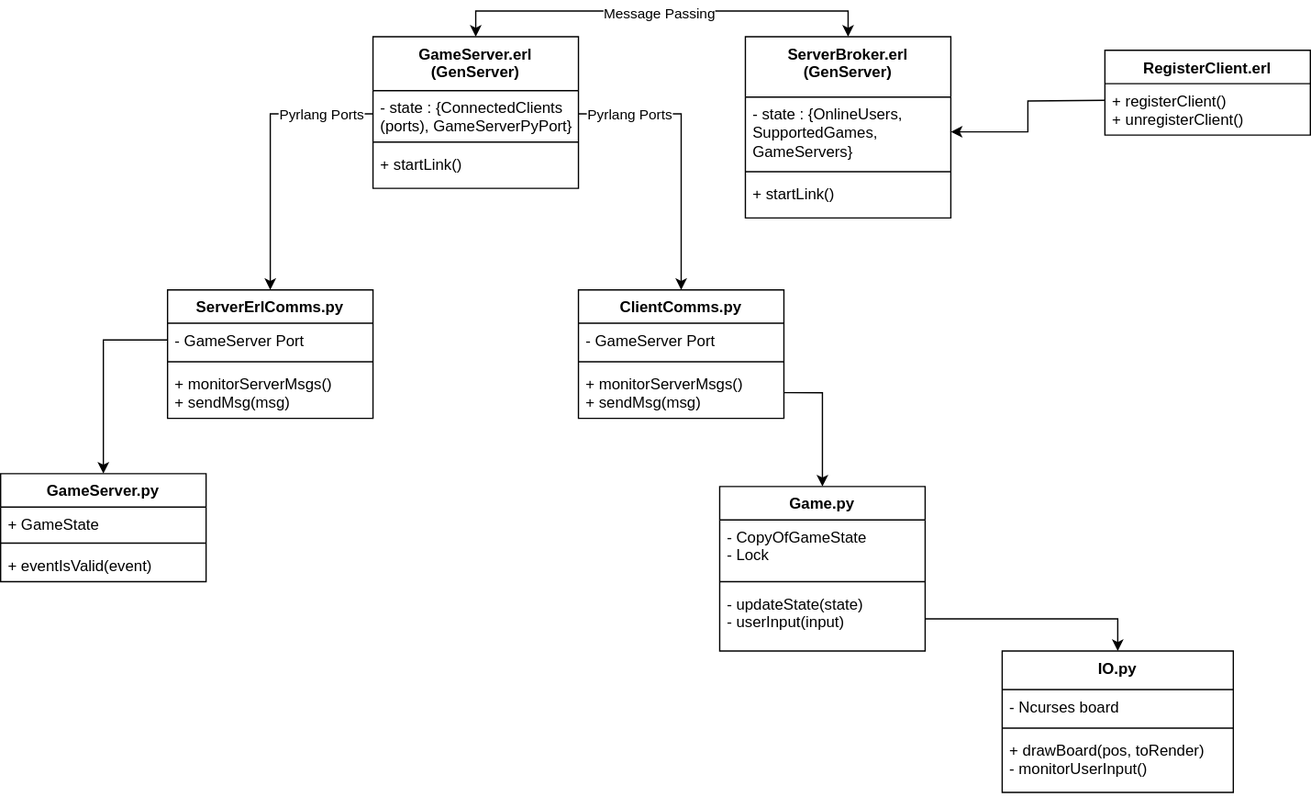
This is topology/ClassDiagrams.drawio.svg from cole-glotfelty/Halligame, a draw.io export, as it was before one commit. Source tidied: cells renumbered, new cells last; positions are measured from the earlier drawing's top-left corner, leaving out a move shared by most shapes.
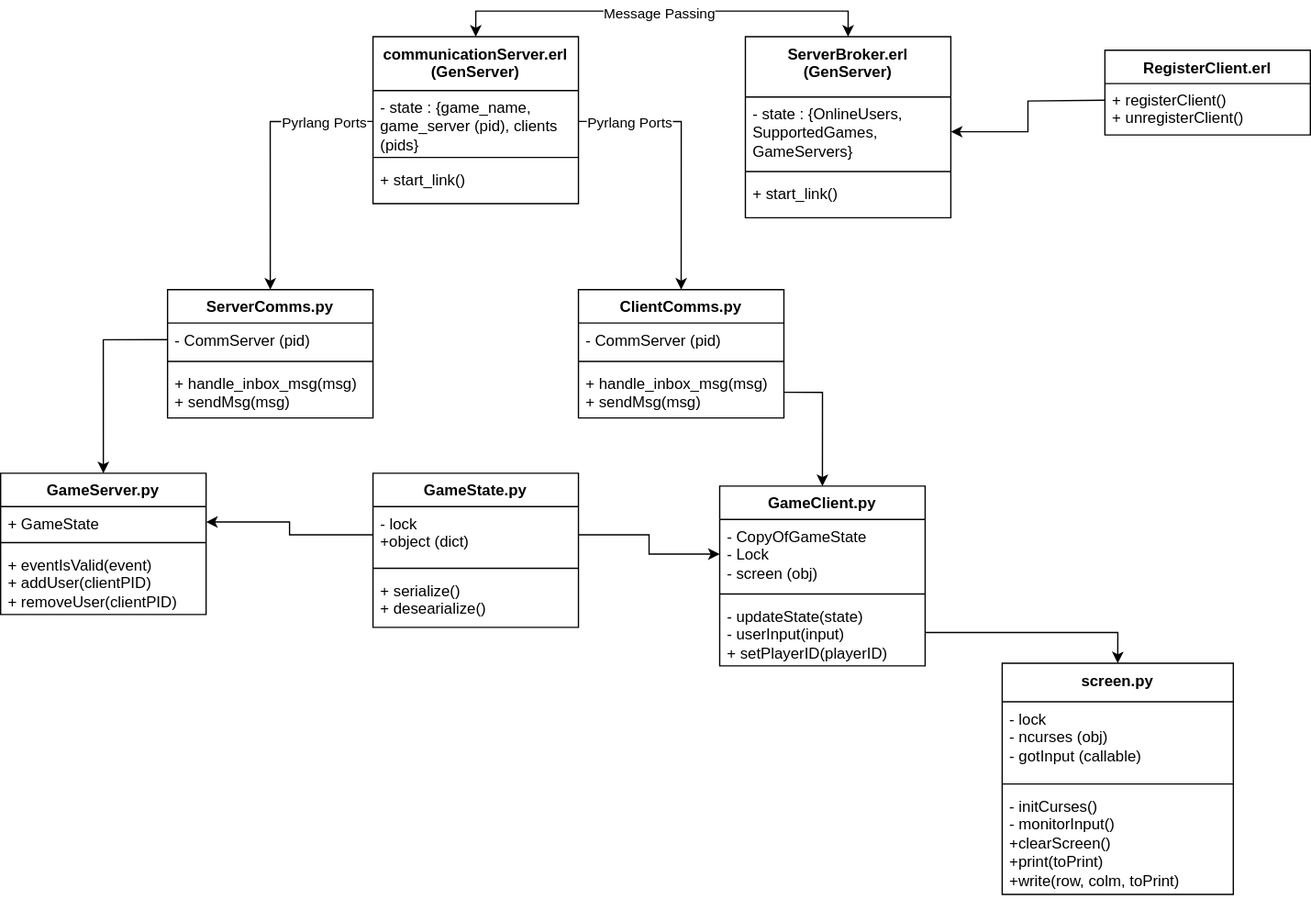
After the change.

Commit message:
topology diagrams updated

Change to the diagram source:
```diff
@@ -5,38 +5,38 @@
     <mxCell id="2" value="ClientComms.py" style="swimlane;fontStyle=1;align=center;verticalAlign=top;horizontal=1;startSize=26;whiteSpace=wrap;html=1;fillColor=none;" parent="1" vertex="1">
       <mxGeometry x="450" y="197" width="160" height="100" as="geometry" />
     </mxCell>
-    <mxCell id="3" value="- GameServer Port" style="text;strokeColor=none;fillColor=none;align=left;verticalAlign=top;spacingLeft=4;spacingRight=4;overflow=hidden;whiteSpace=wrap;html=1;" parent="2" vertex="1">
+    <mxCell id="3" value="- CommServer (pid)" style="text;strokeColor=none;fillColor=none;align=left;verticalAlign=top;spacingLeft=4;spacingRight=4;overflow=hidden;whiteSpace=wrap;html=1;" parent="2" vertex="1">
       <mxGeometry y="26" width="160" height="26" as="geometry" />
     </mxCell>
     <mxCell id="4" style="line;strokeWidth=1;fillColor=none;align=left;verticalAlign=middle;spacingTop=-1;spacingLeft=3;spacingRight=3;labelPosition=right;strokeColor=inherit;" parent="2" vertex="1">
       <mxGeometry y="52" width="160" height="8" as="geometry" />
     </mxCell>
-    <mxCell id="5" value="+ monitorServerMsgs()&lt;div&gt;+ sendMsg(msg)&lt;/div&gt;" style="text;strokeColor=none;fillColor=none;align=left;verticalAlign=top;spacingLeft=4;spacingRight=4;overflow=hidden;points=[[0,0.5],[1,0.5]];portConstraint=eastwest;whiteSpace=wrap;html=1;" parent="2" vertex="1">
+    <mxCell id="5" value="&lt;div&gt;&lt;div&gt;+ handle_inbox_msg(msg)&lt;/div&gt;+ sendMsg(msg)&lt;/div&gt;" style="text;strokeColor=none;fillColor=none;align=left;verticalAlign=top;spacingLeft=4;spacingRight=4;overflow=hidden;points=[[0,0.5],[1,0.5]];portConstraint=eastwest;whiteSpace=wrap;html=1;" parent="2" vertex="1">
       <mxGeometry y="60" width="160" height="40" as="geometry" />
     </mxCell>
-    <mxCell id="6" value="IO.py" style="swimlane;fontStyle=1;align=center;verticalAlign=top;horizontal=1;startSize=30;whiteSpace=wrap;html=1;fillColor=none;" parent="1" vertex="1">
-      <mxGeometry x="780" y="478" width="180" height="110" as="geometry" />
+    <mxCell id="6" value="screen.py" style="swimlane;fontStyle=1;align=center;verticalAlign=top;horizontal=1;startSize=30;whiteSpace=wrap;html=1;fillColor=none;" parent="1" vertex="1">
+      <mxGeometry x="780" y="488" width="180" height="180" as="geometry" />
     </mxCell>
-    <mxCell id="7" value="- Ncurses board" style="text;strokeColor=none;fillColor=none;align=left;verticalAlign=top;spacingLeft=4;spacingRight=4;overflow=hidden;whiteSpace=wrap;html=1;" parent="6" vertex="1">
-      <mxGeometry y="30" width="180" height="26" as="geometry" />
+    <mxCell id="7" value="- lock&lt;div&gt;- ncurses (obj)&lt;/div&gt;&lt;div&gt;- gotInput (callable)&lt;/div&gt;" style="text;strokeColor=none;fillColor=none;align=left;verticalAlign=top;spacingLeft=4;spacingRight=4;overflow=hidden;whiteSpace=wrap;html=1;" parent="6" vertex="1">
+      <mxGeometry y="30" width="180" height="60" as="geometry" />
     </mxCell>
     <mxCell id="8" style="line;strokeWidth=1;fillColor=none;align=left;verticalAlign=middle;spacingTop=-1;spacingLeft=3;spacingRight=3;labelPosition=right;strokeColor=inherit;" parent="6" vertex="1">
-      <mxGeometry y="56" width="180" height="8" as="geometry" />
+      <mxGeometry y="90" width="180" height="8" as="geometry" />
     </mxCell>
-    <mxCell id="9" value="+ drawBoard(pos, toRender)&lt;div&gt;- monitorUserInput()&lt;/div&gt;" style="text;strokeColor=none;fillColor=none;align=left;verticalAlign=top;spacingLeft=4;spacingRight=4;overflow=hidden;whiteSpace=wrap;html=1;" parent="6" vertex="1">
-      <mxGeometry y="64" width="180" height="46" as="geometry" />
+    <mxCell id="9" value="&lt;div&gt;- initCurses()&lt;/div&gt;&lt;div&gt;- monitorInput()&lt;/div&gt;&lt;div&gt;+clearScreen()&lt;/div&gt;&lt;div&gt;+print(toPrint)&lt;/div&gt;&lt;div&gt;+write(row, colm, toPrint)&lt;/div&gt;" style="text;strokeColor=none;fillColor=none;align=left;verticalAlign=top;spacingLeft=4;spacingRight=4;overflow=hidden;whiteSpace=wrap;html=1;" parent="6" vertex="1">
+      <mxGeometry y="98" width="180" height="82" as="geometry" />
     </mxCell>
-    <mxCell id="10" value="Game.py" style="swimlane;fontStyle=1;align=center;verticalAlign=top;horizontal=1;startSize=26;whiteSpace=wrap;html=1;fillColor=none;" parent="1" vertex="1">
-      <mxGeometry x="560" y="350" width="160" height="128" as="geometry" />
+    <mxCell id="10" value="GameClient.py" style="swimlane;fontStyle=1;align=center;verticalAlign=top;horizontal=1;startSize=26;whiteSpace=wrap;html=1;fillColor=none;" parent="1" vertex="1">
+      <mxGeometry x="560" y="350" width="160" height="140" as="geometry" />
     </mxCell>
-    <mxCell id="11" value="- CopyOfGameState&lt;div&gt;- Lock&lt;/div&gt;" style="text;strokeColor=none;fillColor=none;align=left;verticalAlign=top;spacingLeft=4;spacingRight=4;overflow=hidden;points=[[0,0.5],[1,0.5]];portConstraint=eastwest;whiteSpace=wrap;html=1;" parent="10" vertex="1">
-      <mxGeometry y="26" width="160" height="44" as="geometry" />
+    <mxCell id="11" value="- CopyOfGameState&lt;div&gt;- Lock&lt;/div&gt;&lt;div&gt;- screen (obj)&lt;/div&gt;" style="text;strokeColor=none;fillColor=none;align=left;verticalAlign=top;spacingLeft=4;spacingRight=4;overflow=hidden;points=[[0,0.5],[1,0.5]];portConstraint=eastwest;whiteSpace=wrap;html=1;" parent="10" vertex="1">
+      <mxGeometry y="26" width="160" height="54" as="geometry" />
     </mxCell>
     <mxCell id="12" style="line;strokeWidth=1;fillColor=none;align=left;verticalAlign=middle;spacingTop=-1;spacingLeft=3;spacingRight=3;labelPosition=right;strokeColor=inherit;" parent="10" vertex="1">
-      <mxGeometry y="70" width="160" height="8" as="geometry" />
+      <mxGeometry y="80" width="160" height="8" as="geometry" />
     </mxCell>
-    <mxCell id="13" value="- updateState(state)&lt;div&gt;- userInput(input)&lt;/div&gt;" style="text;strokeColor=none;fillColor=none;align=left;verticalAlign=top;spacingLeft=4;spacingRight=4;overflow=hidden;points=[[0,0.5],[1,0.5]];portConstraint=eastwest;whiteSpace=wrap;html=1;" parent="10" vertex="1">
-      <mxGeometry y="78" width="160" height="50" as="geometry" />
+    <mxCell id="13" value="- updateState(state)&lt;div&gt;- userInput(input)&lt;/div&gt;&lt;div&gt;+ setPlayerID(playerID)&lt;/div&gt;" style="text;strokeColor=none;fillColor=none;align=left;verticalAlign=top;spacingLeft=4;spacingRight=4;overflow=hidden;points=[[0,0.5],[1,0.5]];portConstraint=eastwest;whiteSpace=wrap;html=1;" parent="10" vertex="1">
+      <mxGeometry y="88" width="160" height="52" as="geometry" />
     </mxCell>
     <mxCell id="14" style="edgeStyle=orthogonalEdgeStyle;rounded=0;jettySize=auto;html=1;exitX=0.5;exitY=0;exitDx=0;exitDy=0;entryX=0.5;entryY=0;entryDx=0;entryDy=0;startArrow=classic;startFill=1;" parent="1" edge="1" source="16" target="26">
       <mxGeometry relative="1" as="geometry" />
@@ -44,20 +44,20 @@
     <mxCell id="15" value="Message Passing" style="edgeLabel;html=1;align=center;verticalAlign=middle;" parent="14" vertex="1">
       <mxGeometry x="-0.01" y="-1" relative="1" as="geometry" />
     </mxCell>
-    <mxCell id="16" value="GameServer.erl&lt;div&gt;(GenServer)&lt;/div&gt;" style="swimlane;fontStyle=1;align=center;verticalAlign=top;horizontal=1;startSize=42;whiteSpace=wrap;html=1;fillColor=none;" parent="1" vertex="1">
-      <mxGeometry x="290" width="160" height="118" as="geometry" />
+    <mxCell id="16" value="communicationServer.erl&lt;div&gt;(GenServer)&lt;/div&gt;" style="swimlane;fontStyle=1;align=center;verticalAlign=top;horizontal=1;startSize=42;whiteSpace=wrap;html=1;fillColor=none;" parent="1" vertex="1">
+      <mxGeometry x="290" width="160" height="130" as="geometry" />
     </mxCell>
-    <mxCell id="17" value="- state : {ConnectedClients (ports), GameServerPyPort}" style="text;strokeColor=none;fillColor=none;align=left;verticalAlign=top;spacingLeft=4;spacingRight=4;overflow=hidden;points=[[0,0.5],[1,0.5]];portConstraint=eastwest;whiteSpace=wrap;html=1;" parent="16" vertex="1">
-      <mxGeometry y="42" width="160" height="36" as="geometry" />
+    <mxCell id="17" value="- state : {game_name, game_server (pid), clients (pids}" style="text;strokeColor=none;fillColor=none;align=left;verticalAlign=top;spacingLeft=4;spacingRight=4;overflow=hidden;points=[[0,0.5],[1,0.5]];portConstraint=eastwest;whiteSpace=wrap;html=1;" parent="16" vertex="1">
+      <mxGeometry y="42" width="160" height="48" as="geometry" />
     </mxCell>
     <mxCell id="18" style="line;strokeWidth=1;fillColor=none;align=left;verticalAlign=middle;spacingTop=-1;spacingLeft=3;spacingRight=3;labelPosition=right;strokeColor=inherit;" parent="16" vertex="1">
-      <mxGeometry y="78" width="160" height="8" as="geometry" />
+      <mxGeometry y="90" width="160" height="8" as="geometry" />
     </mxCell>
-    <mxCell id="19" value="+ startLink()" style="text;strokeColor=none;fillColor=none;align=left;verticalAlign=top;spacingLeft=4;spacingRight=4;overflow=hidden;whiteSpace=wrap;html=1;" parent="16" vertex="1">
-      <mxGeometry y="86" width="160" height="32" as="geometry" />
+    <mxCell id="19" value="+ start_link()" style="text;strokeColor=none;fillColor=none;align=left;verticalAlign=top;spacingLeft=4;spacingRight=4;overflow=hidden;whiteSpace=wrap;html=1;" parent="16" vertex="1">
+      <mxGeometry y="98" width="160" height="32" as="geometry" />
     </mxCell>
     <mxCell id="20" value="GameServer.py" style="swimlane;fontStyle=1;align=center;verticalAlign=top;horizontal=1;startSize=26;whiteSpace=wrap;html=1;fillColor=none;" parent="1" vertex="1">
-      <mxGeometry y="340" width="160" height="84" as="geometry" />
+      <mxGeometry y="340" width="160" height="110" as="geometry" />
     </mxCell>
     <mxCell id="21" value="+ GameState" style="text;strokeColor=none;fillColor=none;align=left;verticalAlign=top;spacingLeft=4;spacingRight=4;overflow=hidden;points=[[0,0.5],[1,0.5]];portConstraint=eastwest;whiteSpace=wrap;html=1;" parent="20" vertex="1">
       <mxGeometry y="26" width="160" height="24" as="geometry" />
@@ -65,8 +65,8 @@
     <mxCell id="22" style="line;strokeWidth=1;fillColor=none;align=left;verticalAlign=middle;spacingTop=-1;spacingLeft=3;spacingRight=3;labelPosition=right;strokeColor=inherit;" parent="20" vertex="1">
       <mxGeometry y="50" width="160" height="8" as="geometry" />
     </mxCell>
-    <mxCell id="23" value="+ eventIsValid(event)" style="text;strokeColor=none;fillColor=none;align=left;verticalAlign=top;spacingLeft=4;spacingRight=4;overflow=hidden;whiteSpace=wrap;html=1;" parent="20" vertex="1">
-      <mxGeometry y="58" width="160" height="26" as="geometry" />
+    <mxCell id="23" value="+ eventIsValid(event)&lt;div&gt;+ addUser(clientPID)&lt;/div&gt;&lt;div&gt;+ removeUser(clientPID)&lt;/div&gt;" style="text;strokeColor=none;fillColor=none;align=left;verticalAlign=top;spacingLeft=4;spacingRight=4;overflow=hidden;whiteSpace=wrap;html=1;" parent="20" vertex="1">
+      <mxGeometry y="58" width="160" height="52" as="geometry" />
     </mxCell>
     <mxCell id="24" value="RegisterClient.erl" style="swimlane;fontStyle=1;align=center;verticalAlign=top;horizontal=1;startSize=26;whiteSpace=wrap;html=1;fillColor=none;" parent="1" vertex="1">
       <mxGeometry x="860" y="10.5" width="160" height="66" as="geometry" />
@@ -83,7 +83,7 @@
     <mxCell id="28" style="line;strokeWidth=1;fillColor=none;align=left;verticalAlign=middle;spacingTop=-1;spacingLeft=3;spacingRight=3;labelPosition=right;strokeColor=inherit;" parent="26" vertex="1">
       <mxGeometry y="101" width="160" height="8" as="geometry" />
     </mxCell>
-    <mxCell id="29" value="+ startLink()" style="text;strokeColor=none;fillColor=none;align=left;verticalAlign=top;spacingLeft=4;spacingRight=4;overflow=hidden;whiteSpace=wrap;html=1;rounded=0;" parent="26" vertex="1">
+    <mxCell id="29" value="+ start_link()" style="text;strokeColor=none;fillColor=none;align=left;verticalAlign=top;spacingLeft=4;spacingRight=4;overflow=hidden;whiteSpace=wrap;html=1;rounded=0;" parent="26" vertex="1">
       <mxGeometry y="109" width="160" height="32" as="geometry" />
     </mxCell>
     <mxCell id="30" style="edgeStyle=orthogonalEdgeStyle;rounded=0;jettySize=auto;html=1;exitX=0;exitY=0.5;exitDx=0;exitDy=0;entryX=1;entryY=0.5;entryDx=0;entryDy=0;" parent="1" edge="1" target="27">
@@ -91,16 +91,16 @@
         <mxPoint x="860" y="49.5" as="sourcePoint" />
       </mxGeometry>
     </mxCell>
-    <mxCell id="31" value="ServerErlComms.py" style="swimlane;fontStyle=1;align=center;verticalAlign=top;horizontal=1;startSize=26;whiteSpace=wrap;html=1;fillColor=none;" parent="1" vertex="1">
+    <mxCell id="31" value="ServerComms.py" style="swimlane;fontStyle=1;align=center;verticalAlign=top;horizontal=1;startSize=26;whiteSpace=wrap;html=1;fillColor=none;" parent="1" vertex="1">
       <mxGeometry x="130" y="197" width="160" height="100" as="geometry" />
     </mxCell>
-    <mxCell id="32" value="- GameServer Port" style="text;strokeColor=none;fillColor=none;align=left;verticalAlign=top;spacingLeft=4;spacingRight=4;overflow=hidden;points=[[0,0.5],[1,0.5]];portConstraint=eastwest;whiteSpace=wrap;html=1;" parent="31" vertex="1">
+    <mxCell id="32" value="- CommServer (pid)" style="text;strokeColor=none;fillColor=none;align=left;verticalAlign=top;spacingLeft=4;spacingRight=4;overflow=hidden;points=[[0,0.5],[1,0.5]];portConstraint=eastwest;whiteSpace=wrap;html=1;" parent="31" vertex="1">
       <mxGeometry y="26" width="160" height="26" as="geometry" />
     </mxCell>
     <mxCell id="33" style="line;strokeWidth=1;fillColor=none;align=left;verticalAlign=middle;spacingTop=-1;spacingLeft=3;spacingRight=3;labelPosition=right;strokeColor=inherit;" parent="31" vertex="1">
       <mxGeometry y="52" width="160" height="8" as="geometry" />
     </mxCell>
-    <mxCell id="34" value="+ monitorServerMsgs()&lt;div&gt;+ sendMsg(msg)&lt;/div&gt;" style="text;strokeColor=none;fillColor=none;align=left;verticalAlign=top;spacingLeft=4;spacingRight=4;overflow=hidden;whiteSpace=wrap;html=1;" parent="31" vertex="1">
+    <mxCell id="34" value="&lt;div&gt;+ handle_inbox_msg(msg)&lt;/div&gt;&lt;div&gt;+ sendMsg(msg)&lt;/div&gt;" style="text;strokeColor=none;fillColor=none;align=left;verticalAlign=top;spacingLeft=4;spacingRight=4;overflow=hidden;whiteSpace=wrap;html=1;" parent="31" vertex="1">
       <mxGeometry y="60" width="160" height="40" as="geometry" />
     </mxCell>
     <mxCell id="35" style="edgeStyle=orthogonalEdgeStyle;rounded=0;jettySize=auto;html=1;exitX=1;exitY=0.5;exitDx=0;exitDy=0;entryX=0.5;entryY=0;entryDx=0;entryDy=0;" parent="1" edge="1" source="5" target="10">
@@ -128,5 +128,23 @@
         <mxPoint x="11" y="-2" as="offset" />
       </mxGeometry>
     </mxCell>
+    <mxCell id="42" value="GameState.py" style="swimlane;fontStyle=1;align=center;verticalAlign=top;horizontal=1;startSize=26;whiteSpace=wrap;html=1;" parent="1" vertex="1">
+      <mxGeometry x="290" y="340" width="160" height="120" as="geometry" />
+    </mxCell>
+    <mxCell id="43" value="- lock&lt;div&gt;+object (dict)&lt;/div&gt;" style="text;strokeColor=none;fillColor=none;align=left;verticalAlign=top;spacingLeft=4;spacingRight=4;overflow=hidden;points=[[0,0.5],[1,0.5]];portConstraint=eastwest;whiteSpace=wrap;html=1;" parent="42" vertex="1">
+      <mxGeometry y="26" width="160" height="44" as="geometry" />
+    </mxCell>
+    <mxCell id="44" style="line;strokeWidth=1;fillColor=none;align=left;verticalAlign=middle;spacingTop=-1;spacingLeft=3;spacingRight=3;labelPosition=right;strokeColor=inherit;" parent="42" vertex="1">
+      <mxGeometry y="70" width="160" height="8" as="geometry" />
+    </mxCell>
+    <mxCell id="45" value="+ serialize()&lt;div&gt;+ desearialize()&lt;/div&gt;" style="text;strokeColor=none;fillColor=none;align=left;verticalAlign=top;spacingLeft=4;spacingRight=4;overflow=hidden;whiteSpace=wrap;html=1;" parent="42" vertex="1">
+      <mxGeometry y="78" width="160" height="42" as="geometry" />
+    </mxCell>
+    <mxCell id="46" style="edgeStyle=orthogonalEdgeStyle;rounded=0;jettySize=auto;html=1;exitX=0;exitY=0.5;exitDx=0;exitDy=0;entryX=1;entryY=0.5;entryDx=0;entryDy=0;" parent="1" edge="1" source="43" target="21">
+      <mxGeometry relative="1" as="geometry" />
+    </mxCell>
+    <mxCell id="47" style="edgeStyle=orthogonalEdgeStyle;rounded=0;jettySize=auto;html=1;exitX=1;exitY=0.5;exitDx=0;exitDy=0;entryX=0;entryY=0.5;entryDx=0;entryDy=0;" parent="1" edge="1" source="43" target="11">
+      <mxGeometry relative="1" as="geometry" />
+    </mxCell>
   </root>
 </mxGraphModel>
```
